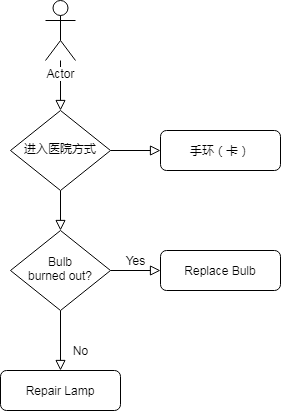
Above: 闸机.png in yin8133/imageFile (draw.io), before the change. Source tidied: cells renumbered, new cells last; positions are measured from the earlier drawing's top-left corner, leaving out a move shared by most shapes.
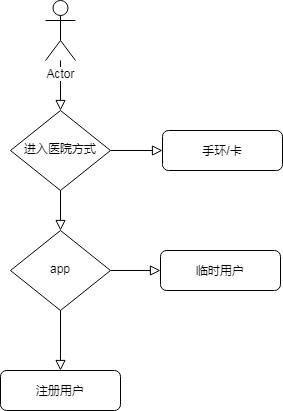
The same diagram one commit later.

The edit, as a diff of the source:
```diff
@@ -16,22 +16,22 @@
     <mxCell id="5" value="进入医院方式" style="rhombus;whiteSpace=wrap;html=1;shadow=0;fontFamily=Helvetica;fontSize=12;align=center;strokeWidth=1;spacing=6;spacingTop=-4;" parent="1" vertex="1">
       <mxGeometry x="10" y="110" width="100" height="80" as="geometry" />
     </mxCell>
-    <mxCell id="6" value="手环（卡）" style="rounded=1;whiteSpace=wrap;html=1;fontSize=12;glass=0;strokeWidth=1;shadow=0;" parent="1" vertex="1">
-      <mxGeometry x="160" y="130" width="120" height="40" as="geometry" />
+    <mxCell id="6" value="手环/卡" style="rounded=1;whiteSpace=wrap;html=1;fontSize=12;glass=0;strokeWidth=1;shadow=0;" parent="1" vertex="1">
+      <mxGeometry x="162" y="130" width="120" height="40" as="geometry" />
     </mxCell>
-    <mxCell id="7" value="No" style="rounded=0;html=1;jettySize=auto;fontSize=11;endArrow=block;endFill=0;endSize=8;strokeWidth=1;shadow=0;labelBackgroundColor=none;edgeStyle=orthogonalEdgeStyle;" parent="1" edge="1" source="9" target="10">
+    <mxCell id="7" style="rounded=0;html=1;jettySize=auto;fontSize=11;endArrow=block;endFill=0;endSize=8;strokeWidth=1;shadow=0;labelBackgroundColor=none;edgeStyle=orthogonalEdgeStyle;" parent="1" edge="1" source="9" target="10">
       <mxGeometry x="0.33" y="20" relative="1" as="geometry" />
     </mxCell>
-    <mxCell id="8" value="Yes" style="edgeStyle=orthogonalEdgeStyle;rounded=0;html=1;jettySize=auto;fontSize=11;endArrow=block;endFill=0;endSize=8;strokeWidth=1;shadow=0;labelBackgroundColor=none;" parent="1" edge="1" source="9" target="11">
+    <mxCell id="8" style="edgeStyle=orthogonalEdgeStyle;rounded=0;html=1;jettySize=auto;fontSize=11;endArrow=block;endFill=0;endSize=8;strokeWidth=1;shadow=0;labelBackgroundColor=none;" parent="1" edge="1" source="9" target="11">
       <mxGeometry y="10" relative="1" as="geometry" />
     </mxCell>
-    <mxCell id="9" value="Bulb&lt;br&gt;burned out?" style="rhombus;whiteSpace=wrap;html=1;shadow=0;fontFamily=Helvetica;fontSize=12;align=center;strokeWidth=1;spacing=6;spacingTop=-4;" parent="1" vertex="1">
+    <mxCell id="9" value="app" style="rhombus;whiteSpace=wrap;html=1;shadow=0;fontFamily=Helvetica;fontSize=12;align=center;strokeWidth=1;spacing=6;spacingTop=-4;" parent="1" vertex="1">
       <mxGeometry x="10" y="230" width="100" height="80" as="geometry" />
     </mxCell>
-    <mxCell id="10" value="Repair Lamp" style="rounded=1;whiteSpace=wrap;html=1;fontSize=12;glass=0;strokeWidth=1;shadow=0;" parent="1" vertex="1">
+    <mxCell id="10" value="注册用户" style="rounded=1;whiteSpace=wrap;html=1;fontSize=12;glass=0;strokeWidth=1;shadow=0;" parent="1" vertex="1">
       <mxGeometry y="370" width="120" height="40" as="geometry" />
     </mxCell>
-    <mxCell id="11" value="Replace Bulb" style="rounded=1;whiteSpace=wrap;html=1;fontSize=12;glass=0;strokeWidth=1;shadow=0;" parent="1" vertex="1">
+    <mxCell id="11" value="临时用户" style="rounded=1;whiteSpace=wrap;html=1;fontSize=12;glass=0;strokeWidth=1;shadow=0;" parent="1" vertex="1">
       <mxGeometry x="160" y="250" width="120" height="40" as="geometry" />
     </mxCell>
     <mxCell id="12" value="Actor" style="shape=umlActor;verticalLabelPosition=bottom;labelBackgroundColor=#ffffff;verticalAlign=top;html=1;" parent="1" vertex="1">
```
